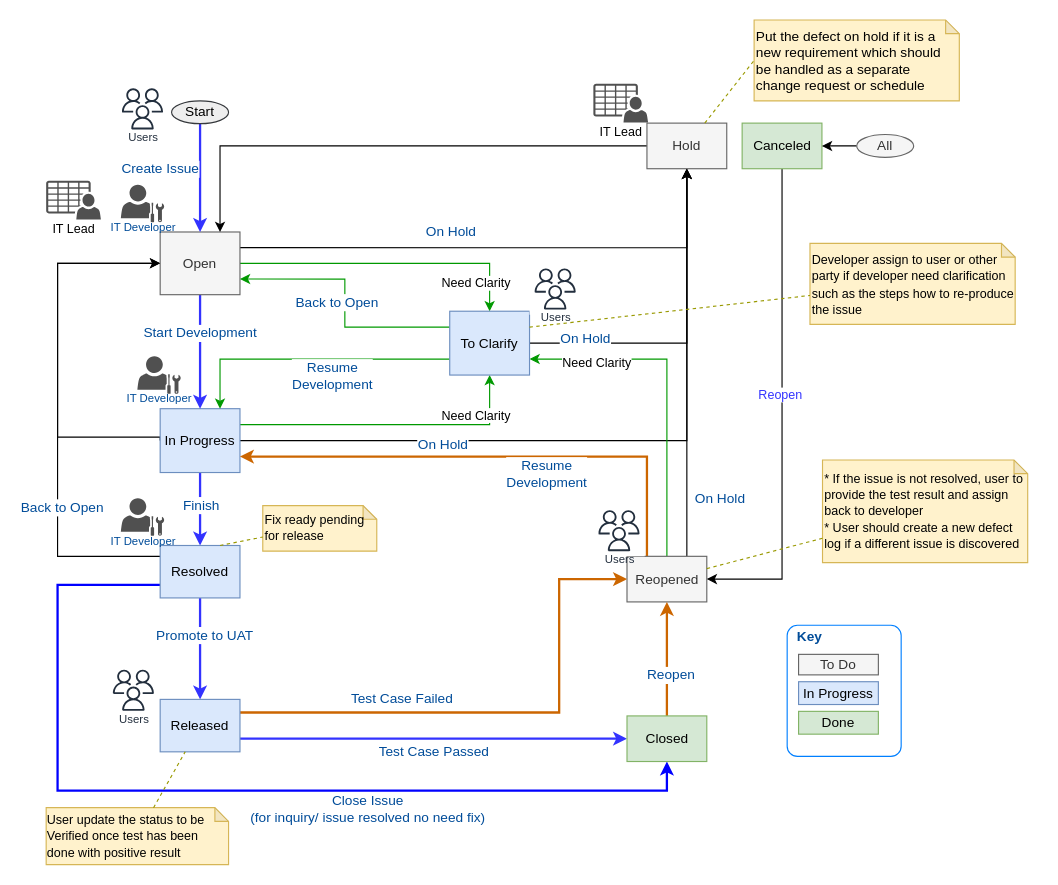
This is page "Modified JIRA UAT Flow" (9 of 9) of Change Request Process.drawio from whalebig27/change-request-process-diagram, a draw.io file, before an edit. Source tidied: cells renumbered, new cells numbered last; positions are measured from the earlier drawing's top-left corner, leaving out a move shared by most shapes. Both pictures are drawn from the tidied source at 114%, with x=0, y=0 at pixel (46, 19).
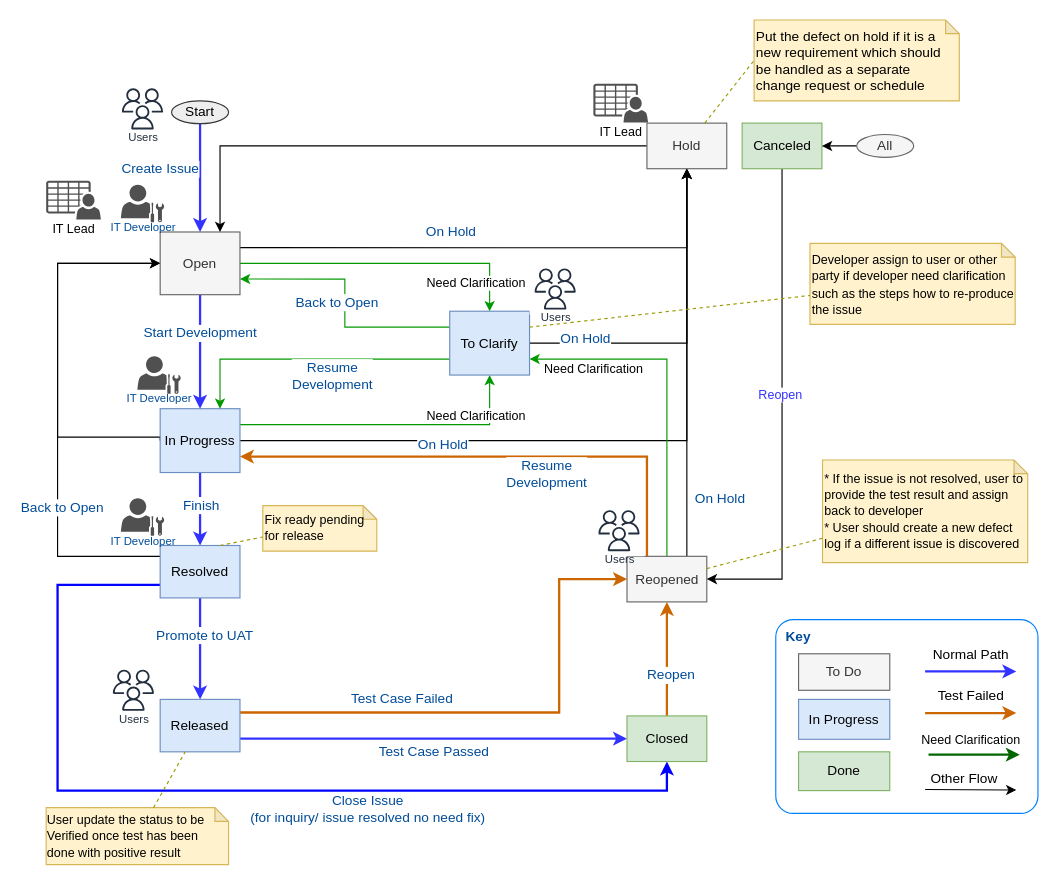
Above is the later version.

The change refers to these unchanged cells:
```xml
<mxCell id="8" style="edgeStyle=orthogonalEdgeStyle;rounded=0;jettySize=auto;html=1;exitX=1;exitY=0.25;exitDx=0;exitDy=0;entryX=0.5;entryY=1;entryDx=0;entryDy=0;strokeColor=#009900;strokeWidth=1;" parent="1" edge="1" source="10" target="51">
  <mxGeometry relative="1" as="geometry" />
</mxCell>
<mxCell id="10" value="In Progress" style="rounded=0;whiteSpace=wrap;html=1;strokeColor=#6c8ebf;fontSize=12;align=center;fillColor=#dae8fc;" parent="1" vertex="1">
  <mxGeometry x="100" y="341" width="70" height="56" as="geometry" />
</mxCell>
<mxCell id="15" style="edgeStyle=orthogonalEdgeStyle;rounded=0;jettySize=auto;html=1;exitX=1;exitY=0.5;exitDx=0;exitDy=0;entryX=0.5;entryY=0;entryDx=0;entryDy=0;strokeColor=#009900;strokeWidth=1;" parent="1" edge="1" source="17" target="51">
  <mxGeometry relative="1" as="geometry" />
</mxCell>
<mxCell id="17" value="Open" style="rounded=0;whiteSpace=wrap;html=1;strokeColor=#666666;fontSize=12;align=center;fontColor=#333333;fillColor=#f5f5f5;" parent="1" vertex="1">
  <mxGeometry x="100" y="186" width="70" height="55" as="geometry" />
</mxCell>
<mxCell id="29" style="edgeStyle=orthogonalEdgeStyle;rounded=0;jettySize=auto;html=1;exitX=0.5;exitY=0;exitDx=0;exitDy=0;entryX=1;entryY=0.75;entryDx=0;entryDy=0;strokeColor=#009900;strokeWidth=1;" parent="1" edge="1" source="31" target="51">
  <mxGeometry relative="1" as="geometry" />
</mxCell>
<mxCell id="51" value="To Clarify" style="rounded=0;whiteSpace=wrap;html=1;strokeColor=#6c8ebf;fontSize=12;align=center;fillColor=#dae8fc;" parent="1" vertex="1">
  <mxGeometry x="354" y="255.5" width="70" height="56" as="geometry" />
</mxCell>
```

What changed in the source:
```diff
@@
     <mxCell id="2" style="rounded=1;whiteSpace=wrap;html=1;strokeColor=#007FFF;fontSize=12;fontColor=#004C99;align=left;arcSize=9;" parent="1" vertex="1">
-      <mxGeometry x="650" y="531" width="100" height="115" as="geometry" />
+      <mxGeometry x="640" y="526" width="230" height="170" as="geometry" />
     </mxCell>
@@
     <mxCell id="5" style="edgeStyle=orthogonalEdgeStyle;rounded=0;jettySize=auto;html=1;entryX=0;entryY=0.5;entryDx=0;entryDy=0;fontSize=12;fontColor=#004C99;exitX=0;exitY=0.5;exitDx=0;exitDy=0;" parent="1" edge="1" source="10" target="17">
       <mxGeometry relative="1" as="geometry">
         <Array as="points">
           <mxPoint x="100" y="366" />
           <mxPoint x="10" y="366" />
-          <mxPoint x="10" y="214" />
+          <mxPoint x="10" y="213" />
         </Array>
       </mxGeometry>
     </mxCell>
@@
-    <mxCell id="9" value="Need Clarity" style="text;html=1;align=center;verticalAlign=middle;labelBackgroundColor=#ffffff;fontSize=11;" parent="8" vertex="1">
+    <mxCell id="9" value="Need Clarification" style="text;html=1;align=center;verticalAlign=middle;labelBackgroundColor=#ffffff;fontSize=11;" parent="8" vertex="1">
       <mxGeometry x="0.74" y="13" relative="1" as="geometry" />
     </mxCell>
@@
-    <mxCell id="16" value="Need Clarity" style="text;html=1;align=center;verticalAlign=middle;labelBackgroundColor=#ffffff;fontSize=11;" parent="15" vertex="1">
+    <mxCell id="16" value="Need Clarification" style="text;html=1;align=center;verticalAlign=middle;labelBackgroundColor=#ffffff;fontSize=11;" parent="15" vertex="1">
       <mxGeometry x="0.58" y="-17" relative="1" as="geometry" />
     </mxCell>
@@
     <mxCell id="18" style="edgeStyle=orthogonalEdgeStyle;rounded=0;jettySize=auto;html=1;entryX=0;entryY=0.5;entryDx=0;entryDy=0;fontSize=12;fontColor=#004C99;" parent="1" edge="1" target="17">
       <mxGeometry relative="1" as="geometry">
         <mxPoint x="100" y="470.5" as="sourcePoint" />
         <Array as="points">
           <mxPoint x="10" y="471" />
-          <mxPoint x="10" y="214" />
+          <mxPoint x="10" y="213" />
         </Array>
       </mxGeometry>
     </mxCell>
@@
-    <mxCell id="30" value="Need Clarity" style="text;html=1;align=center;verticalAlign=middle;labelBackgroundColor=#ffffff;fontSize=11;" parent="29" vertex="1">
-      <mxGeometry x="0.6" y="3" relative="1" as="geometry" />
+    <mxCell id="30" value="Need Clarification" style="text;html=1;align=center;verticalAlign=middle;labelBackgroundColor=#ffffff;fontSize=11;" parent="29" vertex="1">
+      <mxGeometry x="0.6" y="3" relative="1" as="geometry">
+        <mxPoint x="-3" y="5" as="offset" />
+      </mxGeometry>
     </mxCell>
@@
     <mxCell id="45" style="edgeStyle=orthogonalEdgeStyle;rounded=0;jettySize=auto;html=1;entryX=0.75;entryY=0;entryDx=0;entryDy=0;fontSize=12;fontColor=#004C99;exitX=0;exitY=0.75;exitDx=0;exitDy=0;strokeColor=#009900;strokeWidth=1;" parent="1" edge="1" source="51" target="10">
       <mxGeometry relative="1" as="geometry">
         <Array as="points">
-          <mxPoint x="153" y="298" />
+          <mxPoint x="152" y="298" />
         </Array>
       </mxGeometry>
     </mxCell>
@@
     <mxCell id="65" value="Done" style="rounded=0;whiteSpace=wrap;html=1;strokeColor=#82b366;fontSize=12;align=center;fillColor=#d5e8d4;" parent="1" vertex="1">
-      <mxGeometry x="660" y="606.5" width="70" height="20" as="geometry" />
+      <mxGeometry x="660" y="642" width="80" height="34" as="geometry" />
     </mxCell>
     <mxCell id="66" value="In Progress" style="rounded=0;whiteSpace=wrap;html=1;strokeColor=#6c8ebf;fontSize=12;align=center;fillColor=#dae8fc;" parent="1" vertex="1">
-      <mxGeometry x="660" y="580.5" width="70" height="20" as="geometry" />
+      <mxGeometry x="660" y="596" width="80" height="35" as="geometry" />
     </mxCell>
     <mxCell id="67" value="To Do" style="rounded=0;whiteSpace=wrap;html=1;strokeColor=#666666;fontSize=12;align=center;fontColor=#333333;fillColor=#f5f5f5;" parent="1" vertex="1">
-      <mxGeometry x="660" y="556.5" width="70" height="18" as="geometry" />
+      <mxGeometry x="660" y="556" width="80" height="32" as="geometry" />
     </mxCell>
     <mxCell id="68" value="Key" style="text;html=1;strokeColor=none;fillColor=none;align=center;verticalAlign=middle;whiteSpace=wrap;rounded=0;fontSize=12;fontColor=#004C99;fontStyle=1;" parent="1" vertex="1">
-      <mxGeometry x="650" y="531" width="40" height="20" as="geometry" />
+      <mxGeometry x="640" y="531" width="40" height="20" as="geometry" />
     </mxCell>
@@
+    <mxCell id="80" style="rounded=0;orthogonalLoop=1;jettySize=auto;html=1;fontSize=14;fontColor=#004C99;strokeColor=#3333FF;strokeWidth=2;" parent="1" edge="1">
+      <mxGeometry relative="1" as="geometry">
+        <mxPoint x="771" y="571.5" as="sourcePoint" />
+        <mxPoint x="851" y="571.5" as="targetPoint" />
+      </mxGeometry>
+    </mxCell>
+    <mxCell id="81" value="&lt;font style=&quot;font-size: 12px&quot;&gt;Normal Path&lt;/font&gt;" style="text;html=1;align=center;verticalAlign=middle;labelBackgroundColor=#ffffff;fontSize=11;fontColor=#000000;" parent="80" vertex="1">
+      <mxGeometry x="-0.33" y="1" relative="1" as="geometry">
+        <mxPoint x="12" y="-14.5" as="offset" />
+      </mxGeometry>
+    </mxCell>
+    <mxCell id="82" style="rounded=0;orthogonalLoop=1;jettySize=auto;html=1;fontSize=14;fontColor=#004C99;strokeColor=#CC6600;strokeWidth=2;" parent="1" edge="1">
+      <mxGeometry relative="1" as="geometry">
+        <mxPoint x="771" y="608" as="sourcePoint" />
+        <mxPoint x="851" y="608" as="targetPoint" />
+      </mxGeometry>
+    </mxCell>
+    <mxCell id="83" value="&lt;font style=&quot;font-size: 12px&quot;&gt;Test Failed&lt;br&gt;&lt;/font&gt;" style="text;html=1;align=center;verticalAlign=middle;labelBackgroundColor=#ffffff;fontSize=11;fontColor=#000000;" parent="82" vertex="1">
+      <mxGeometry x="-0.33" y="1" relative="1" as="geometry">
+        <mxPoint x="12" y="-14.5" as="offset" />
+      </mxGeometry>
+    </mxCell>
+    <mxCell id="84" style="rounded=0;orthogonalLoop=1;jettySize=auto;html=1;fontSize=14;fontColor=#004C99;strokeColor=#006600;strokeWidth=2;" parent="1" edge="1">
+      <mxGeometry relative="1" as="geometry">
+        <mxPoint x="774" y="644.5" as="sourcePoint" />
+        <mxPoint x="854" y="644.5" as="targetPoint" />
+      </mxGeometry>
+    </mxCell>
+    <mxCell id="85" value="Need Clarification" style="text;html=1;align=center;verticalAlign=middle;labelBackgroundColor=#ffffff;fontSize=11;fontColor=#000000;" parent="84" vertex="1">
+      <mxGeometry x="-0.33" y="1" relative="1" as="geometry">
+        <mxPoint x="9" y="-12.5" as="offset" />
+      </mxGeometry>
+    </mxCell>
+    <mxCell id="86" style="rounded=0;orthogonalLoop=1;jettySize=auto;html=1;" parent="1" edge="1">
+      <mxGeometry relative="1" as="geometry">
+        <mxPoint x="771" y="675" as="sourcePoint" />
+        <mxPoint x="851" y="675.5" as="targetPoint" />
+      </mxGeometry>
+    </mxCell>
+    <mxCell id="87" value="Other Flow" style="text;html=1;align=center;verticalAlign=middle;labelBackgroundColor=#ffffff;fontSize=12;fontColor=#000000;" parent="86" vertex="1">
+      <mxGeometry x="-0.07" y="-2" relative="1" as="geometry">
+        <mxPoint x="-3" y="-12" as="offset" />
+      </mxGeometry>
+    </mxCell>
```
